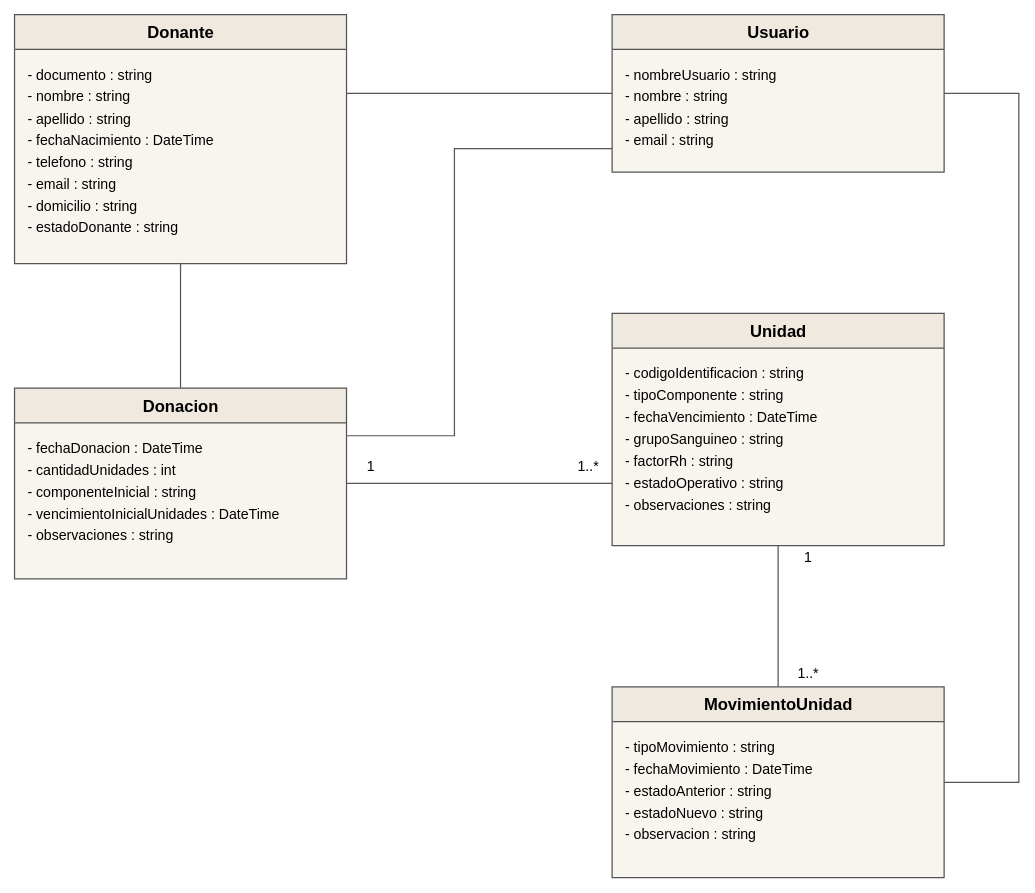
Above: Diagramas/Secuencia de Roles/PN1_DiagramaModeloConceptual.drawio in juanNH/Ingenieria-de-Software (draw.io), before the change. Source tidied: cells renumbered, new cells numbered last; positions are measured from the earlier drawing's top-left corner, leaving out a move shared by most shapes. Both pictures are drawn from the tidied source at 83%, with x=0, y=0 at pixel (14, 14).
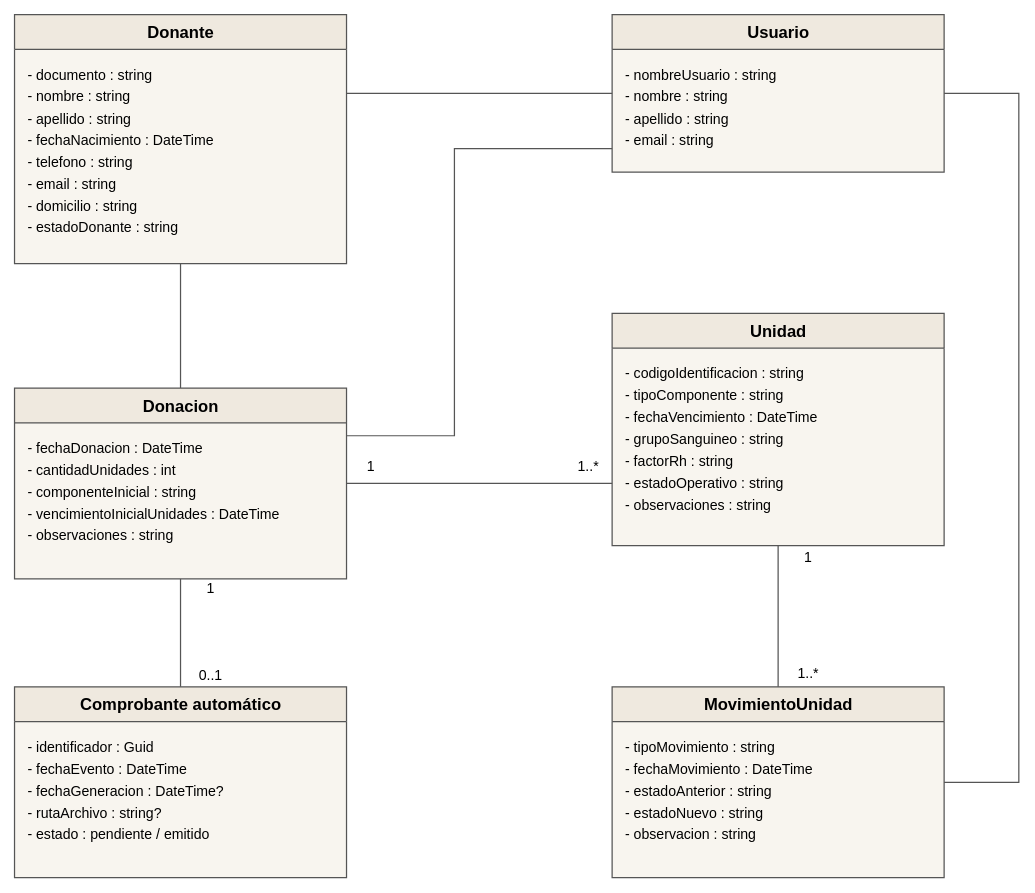
The same page after the edit.

Unchanged cells that the change refers to:
```xml
<mxCell id="6" value="Donacion" style="swimlane;html=1;horizontal=1;startSize=42;rounded=0;fillColor=#EFE9DF;swimlaneFillColor=#F8F5EF;strokeColor=#555555;strokeWidth=1.5;fontFamily=Arial;fontSize=20;fontStyle=1;align=center;verticalAlign=middle;" parent="1" vertex="1">
  <mxGeometry y="450" width="400" height="230" as="geometry" />
</mxCell>
```

The edit, as a diff of the source:
```diff
@@
+    <mxCell id="22" value="Comprobante automático" style="swimlane;html=1;horizontal=1;startSize=42;rounded=0;fillColor=#EFE9DF;swimlaneFillColor=#F8F5EF;strokeColor=#555555;strokeWidth=1.5;fontFamily=Arial;fontSize=20;fontStyle=1;align=center;verticalAlign=middle;" parent="1" vertex="1">
+      <mxGeometry y="810" width="400" height="230" as="geometry" />
+    </mxCell>
+    <mxCell id="23" value="&lt;div style=&quot;line-height:1.55&quot;&gt;- identificador : Guid&lt;br&gt;- fechaEvento : DateTime&lt;br&gt;- fechaGeneracion : DateTime?&lt;br&gt;- rutaArchivo : string?&lt;br&gt;- estado : pendiente / emitido&lt;/div&gt;" style="text;html=1;whiteSpace=wrap;strokeColor=none;fillColor=none;fontFamily=Arial;fontSize=17;align=left;verticalAlign=top;spacingLeft=14;spacingRight=12;spacingTop=12;" parent="22" vertex="1">
+      <mxGeometry y="42" width="400" height="188" as="geometry" />
+    </mxCell>
+    <mxCell id="24" style="edgeStyle=orthogonalEdgeStyle;html=1;rounded=0;startArrow=none;endArrow=none;strokeColor=#555555;strokeWidth=1.5;exitX=0.5;exitY=1;entryX=0.5;entryY=0;" parent="1" edge="1" source="6" target="22">
+      <mxGeometry relative="1" as="geometry" />
+    </mxCell>
+    <mxCell id="25" value="1" style="edgeLabel;html=1;align=center;verticalAlign=middle;fontFamily=Arial;fontSize=17;labelBackgroundColor=#ffffff;" parent="24" vertex="1">
+      <mxGeometry x="-0.8" width="48" height="24" relative="1" as="geometry">
+        <mxPoint x="12" y="-12" as="offset" />
+      </mxGeometry>
+    </mxCell>
+    <mxCell id="26" value="0..1" style="edgeLabel;html=1;align=center;verticalAlign=middle;fontFamily=Arial;fontSize=17;labelBackgroundColor=#ffffff;" parent="24" vertex="1">
+      <mxGeometry x="0.8" width="48" height="24" relative="1" as="geometry">
+        <mxPoint x="12" y="-12" as="offset" />
+      </mxGeometry>
+    </mxCell>
```
